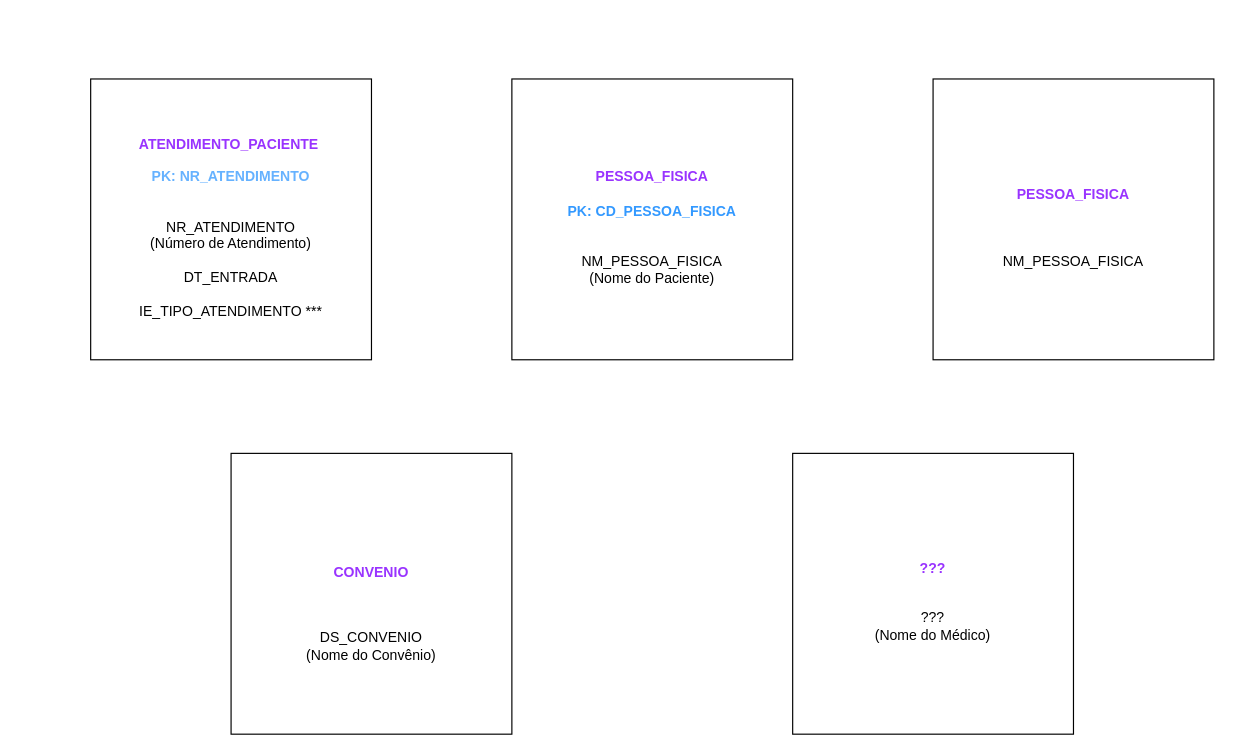
Above: Exercício_09.drawio in PatriciaGavloski/diagramas.sql (draw.io), before the change. Source tidied: cells renumbered, new cells numbered last; positions are measured from the earlier drawing's top-left corner, leaving out a move shared by most shapes. Both pictures are drawn from the tidied source at 117%, with x=0, y=0 at pixel (90, 78).
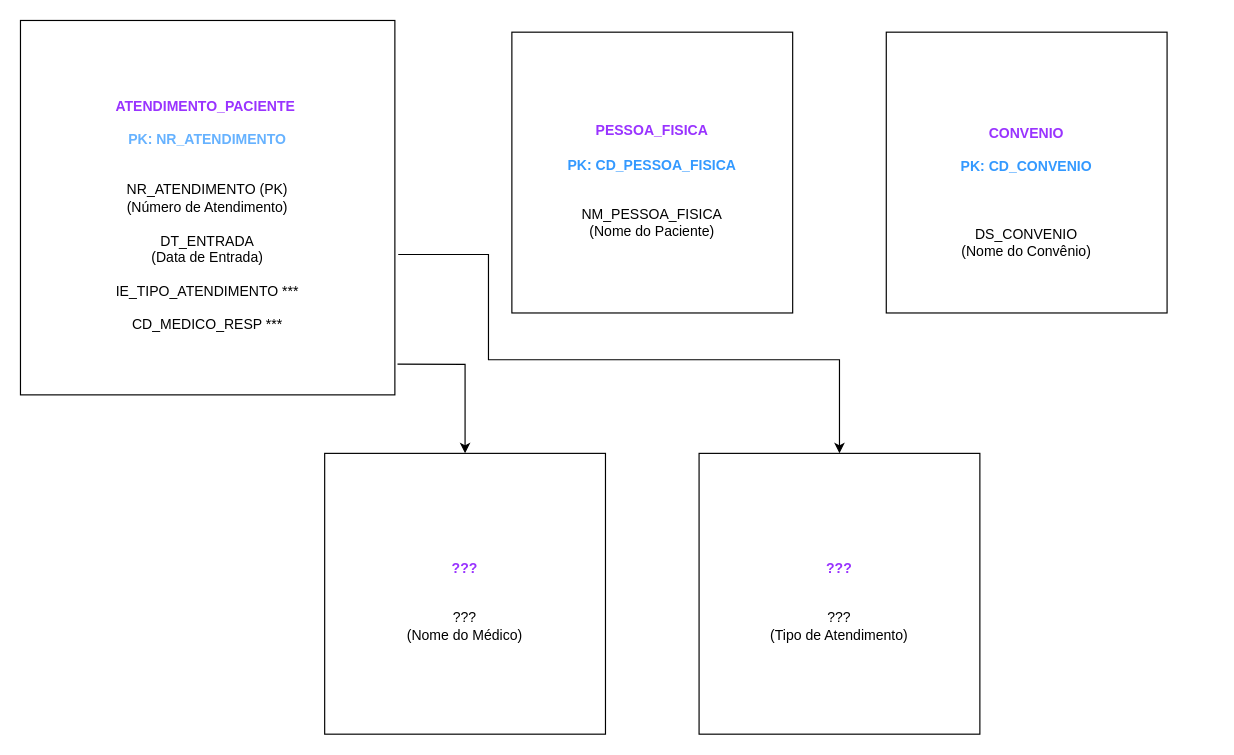
The same diagram, later.

Diff of the diagram source:
```diff
@@
 <mxGraphModel>
   <root>
     <mxCell id="0" />
     <mxCell id="1" parent="0" />
-    <mxCell id="2" value="&lt;p style=&quot;line-height: 150%;&quot; class=&quot;MsoNoSpacing&quot;&gt;&lt;b&gt;&lt;font color=&quot;#9933ff&quot;&gt;ATENDIMENTO_PACIENTE&lt;/font&gt;&lt;/b&gt;&lt;span style=&quot;background-color: initial;&quot;&gt;&amp;nbsp;&lt;/span&gt;&lt;/p&gt;&lt;span style=&quot;background-color: rgb(255, 255, 255);&quot;&gt;&lt;font color=&quot;#66b2ff&quot;&gt;&lt;b&gt;PK: NR_ATENDIMENTO&lt;/b&gt;&lt;/font&gt;&lt;/span&gt;&lt;div style=&quot;&quot;&gt;&lt;span style=&quot;background-color: initial;&quot;&gt;&lt;br&gt;&lt;/span&gt;&lt;/div&gt;&lt;div style=&quot;background-color: initial;&quot;&gt;&lt;span style=&quot;background-color: initial;&quot;&gt;&lt;br&gt;&lt;/span&gt;&lt;/div&gt;&lt;div style=&quot;background-color: initial;&quot;&gt;&lt;span style=&quot;background-color: initial;&quot;&gt;NR_ATENDIMENTO&lt;/span&gt;&lt;/div&gt;&lt;div style=&quot;background-color: initial;&quot;&gt;&lt;span style=&quot;background-color: initial;&quot;&gt;(Número de Atendimento)&lt;/span&gt;&lt;/div&gt;&lt;div style=&quot;background-color: initial;&quot;&gt;&lt;span style=&quot;background-color: initial;&quot;&gt;&lt;br&gt;&lt;/span&gt;&lt;/div&gt;&lt;div style=&quot;background-color: initial;&quot;&gt;DT_ENTRADA&lt;span style=&quot;background-color: initial;&quot;&gt;&lt;br&gt;&lt;/span&gt;&lt;/div&gt;&lt;div style=&quot;background-color: initial;&quot;&gt;&lt;br&gt;&lt;/div&gt;&lt;div style=&quot;background-color: initial;&quot;&gt;IE_TIPO_ATENDIMENTO ***&lt;br&gt;&lt;/div&gt;" style="whiteSpace=wrap;html=1;align=center;verticalAlign=middle;" parent="1" vertex="1">
-      <mxGeometry width="240" height="240" as="geometry" />
+    <mxCell id="2" value="&lt;p style=&quot;line-height: 150%;&quot; class=&quot;MsoNoSpacing&quot;&gt;&lt;b&gt;&lt;font color=&quot;#9933ff&quot;&gt;ATENDIMENTO_PACIENTE&lt;/font&gt;&lt;/b&gt;&lt;span style=&quot;background-color: initial;&quot;&gt;&amp;nbsp;&lt;/span&gt;&lt;/p&gt;&lt;span style=&quot;background-color: rgb(255, 255, 255);&quot;&gt;&lt;font color=&quot;#66b2ff&quot;&gt;&lt;b&gt;PK: NR_ATENDIMENTO&lt;/b&gt;&lt;/font&gt;&lt;/span&gt;&lt;div style=&quot;&quot;&gt;&lt;span style=&quot;background-color: initial;&quot;&gt;&lt;br&gt;&lt;/span&gt;&lt;/div&gt;&lt;div style=&quot;background-color: initial;&quot;&gt;&lt;span style=&quot;background-color: initial;&quot;&gt;&lt;br&gt;&lt;/span&gt;&lt;/div&gt;&lt;div style=&quot;background-color: initial;&quot;&gt;&lt;span style=&quot;background-color: initial;&quot;&gt;NR_ATENDIMENTO (PK)&lt;/span&gt;&lt;/div&gt;&lt;div style=&quot;background-color: initial;&quot;&gt;&lt;span style=&quot;background-color: initial;&quot;&gt;(Número de Atendimento)&lt;/span&gt;&lt;/div&gt;&lt;div style=&quot;background-color: initial;&quot;&gt;&lt;span style=&quot;background-color: initial;&quot;&gt;&lt;br&gt;&lt;/span&gt;&lt;/div&gt;&lt;div style=&quot;background-color: initial;&quot;&gt;DT_ENTRADA&lt;span style=&quot;background-color: initial;&quot;&gt;&lt;br&gt;&lt;/span&gt;&lt;/div&gt;&lt;div style=&quot;background-color: initial;&quot;&gt;(Data de Entrada)&lt;/div&gt;&lt;div style=&quot;background-color: initial;&quot;&gt;&lt;br&gt;&lt;/div&gt;&lt;div style=&quot;background-color: initial;&quot;&gt;IE_TIPO_ATENDIMENTO ***&lt;br&gt;&lt;br&gt;CD_MEDICO_RESP ***&lt;br&gt;&lt;/div&gt;" style="whiteSpace=wrap;html=1;align=center;verticalAlign=middle;" parent="1" vertex="1">
+      <mxGeometry x="-60" y="-50" width="320" height="320" as="geometry" />
     </mxCell>
     <mxCell id="3" value="&lt;p style=&quot;line-height: 150%;&quot; class=&quot;MsoNoSpacing&quot;&gt;&lt;b&gt;&lt;font color=&quot;#9933ff&quot;&gt;PESSOA_FISICA&lt;/font&gt;&lt;/b&gt;&lt;/p&gt;&lt;p style=&quot;line-height: 150%;&quot; class=&quot;MsoNoSpacing&quot;&gt;&lt;b style=&quot;&quot;&gt;&lt;font color=&quot;#3399ff&quot;&gt;PK: CD_PESSOA_FISICA&lt;/font&gt;&lt;/b&gt;&lt;/p&gt;&lt;span style=&quot;background-color: initial;&quot;&gt;&lt;div style=&quot;&quot;&gt;&lt;span style=&quot;background-color: initial;&quot;&gt;&lt;br&gt;&lt;/span&gt;&lt;/div&gt;&lt;div style=&quot;&quot;&gt;&lt;span style=&quot;background-color: initial;&quot;&gt;NM_PESSOA_FISICA&lt;/span&gt;&lt;/div&gt;&lt;div style=&quot;&quot;&gt;&lt;span style=&quot;background-color: initial;&quot;&gt;(Nome do Paciente)&lt;/span&gt;&lt;/div&gt;&lt;/span&gt;" style="whiteSpace=wrap;html=1;verticalAlign=middle;align=center;" parent="1" vertex="1">
-      <mxGeometry x="360" width="240" height="240" as="geometry" />
+      <mxGeometry x="360" y="-40" width="240" height="240" as="geometry" />
     </mxCell>
-    <mxCell id="4" value="&lt;p style=&quot;line-height: 150%;&quot; class=&quot;MsoNoSpacing&quot;&gt;&lt;b&gt;&lt;font color=&quot;#9933ff&quot;&gt;PESSOA_FISICA&lt;/font&gt;&lt;/b&gt;&lt;/p&gt;&lt;span style=&quot;background-color: initial;&quot;&gt;&lt;br&gt;&lt;br&gt;NM_PESSOA_FISICA&lt;/span&gt;" style="whiteSpace=wrap;html=1;align=center;" parent="1" vertex="1">
-      <mxGeometry x="720" width="240" height="240" as="geometry" />
-    </mxCell>
-    <mxCell id="5" value="&lt;p style=&quot;line-height: 150%;&quot; class=&quot;MsoNoSpacing&quot;&gt;&lt;br&gt;&lt;br&gt;&lt;/p&gt;&lt;div style=&quot;&quot;&gt;&lt;b style=&quot;background-color: initial;&quot;&gt;&lt;font color=&quot;#9933ff&quot;&gt;CONVENIO&lt;/font&gt;&lt;/b&gt;&lt;/div&gt;&lt;p&gt;&lt;/p&gt;&lt;span style=&quot;background-color: initial;&quot;&gt;&lt;div style=&quot;&quot;&gt;&lt;p style=&quot;line-height: 150%;&quot; class=&quot;MsoNoSpacing&quot;&gt;&lt;span style=&quot;background-color: initial;&quot;&gt;&lt;br&gt;&lt;/span&gt;&lt;/p&gt;&lt;p style=&quot;line-height: 150%;&quot; class=&quot;MsoNoSpacing&quot;&gt;&lt;/p&gt;&lt;div style=&quot;&quot;&gt;&lt;span style=&quot;background-color: initial;&quot;&gt;DS_CONVENIO&lt;/span&gt;&lt;/div&gt;&lt;div style=&quot;&quot;&gt;&lt;span style=&quot;background-color: initial;&quot;&gt;(Nome do Convênio)&lt;/span&gt;&lt;/div&gt;&lt;p&gt;&lt;/p&gt;&lt;p style=&quot;line-height: 150%;&quot; class=&quot;MsoNoSpacing&quot;&gt;&lt;/p&gt;&lt;/div&gt;&lt;div style=&quot;&quot;&gt;&lt;br&gt;&lt;/div&gt;&lt;/span&gt;" style="whiteSpace=wrap;html=1;align=center;verticalAlign=middle;" parent="1" vertex="1">
-      <mxGeometry x="120" y="320" width="240" height="240" as="geometry" />
+    <mxCell id="5" value="&lt;p style=&quot;line-height: 150%;&quot; class=&quot;MsoNoSpacing&quot;&gt;&lt;br&gt;&lt;br&gt;&lt;/p&gt;&lt;div style=&quot;&quot;&gt;&lt;b style=&quot;background-color: initial;&quot;&gt;&lt;font color=&quot;#9933ff&quot;&gt;CONVENIO&lt;/font&gt;&lt;/b&gt;&lt;/div&gt;&lt;p&gt;&lt;/p&gt;&lt;span style=&quot;background-color: initial;&quot;&gt;&lt;div style=&quot;&quot;&gt;&lt;p style=&quot;line-height: 150%;&quot; class=&quot;MsoNoSpacing&quot;&gt;&lt;b style=&quot;border-color: var(--border-color);&quot;&gt;&lt;font style=&quot;border-color: var(--border-color);&quot; color=&quot;#3399ff&quot;&gt;PK: CD_CONVENIO&lt;/font&gt;&lt;/b&gt;&lt;span style=&quot;background-color: initial;&quot;&gt;&lt;br&gt;&lt;/span&gt;&lt;/p&gt;&lt;p style=&quot;line-height: 150%;&quot; class=&quot;MsoNoSpacing&quot;&gt;&lt;b style=&quot;border-color: var(--border-color);&quot;&gt;&lt;font style=&quot;border-color: var(--border-color);&quot; color=&quot;#3399ff&quot;&gt;&lt;br&gt;&lt;/font&gt;&lt;/b&gt;&lt;/p&gt;&lt;p style=&quot;line-height: 150%;&quot; class=&quot;MsoNoSpacing&quot;&gt;&lt;/p&gt;&lt;div style=&quot;&quot;&gt;&lt;span style=&quot;background-color: initial;&quot;&gt;DS_CONVENIO&lt;/span&gt;&lt;/div&gt;&lt;div style=&quot;&quot;&gt;&lt;span style=&quot;background-color: initial;&quot;&gt;(Nome do Convênio)&lt;/span&gt;&lt;/div&gt;&lt;p&gt;&lt;/p&gt;&lt;p style=&quot;line-height: 150%;&quot; class=&quot;MsoNoSpacing&quot;&gt;&lt;/p&gt;&lt;/div&gt;&lt;div style=&quot;&quot;&gt;&lt;br&gt;&lt;/div&gt;&lt;/span&gt;" style="whiteSpace=wrap;html=1;align=center;verticalAlign=middle;" parent="1" vertex="1">
+      <mxGeometry x="680" y="-40" width="240" height="240" as="geometry" />
     </mxCell>
     <mxCell id="6" value="&lt;p style=&quot;line-height: 150%;&quot; class=&quot;MsoNoSpacing&quot;&gt;&lt;b&gt;&lt;font color=&quot;#9933ff&quot;&gt;???&lt;/font&gt;&lt;/b&gt;&lt;/p&gt;&lt;span style=&quot;background-color: initial;&quot;&gt;&lt;div style=&quot;&quot;&gt;&lt;br&gt;&lt;/div&gt;&lt;div style=&quot;&quot;&gt;&lt;span style=&quot;background-color: initial;&quot;&gt;???&lt;/span&gt;&lt;/div&gt;&lt;div style=&quot;&quot;&gt;(Nome do Médico)&lt;/div&gt;&lt;/span&gt;" style="whiteSpace=wrap;html=1;align=center;verticalAlign=middle;" parent="1" vertex="1">
-      <mxGeometry x="600" y="320" width="240" height="240" as="geometry" />
+      <mxGeometry x="200" y="320" width="240" height="240" as="geometry" />
     </mxCell>
+    <mxCell id="7" value="&lt;p style=&quot;line-height: 150%;&quot; class=&quot;MsoNoSpacing&quot;&gt;&lt;b&gt;&lt;font color=&quot;#9933ff&quot;&gt;???&lt;/font&gt;&lt;/b&gt;&lt;/p&gt;&lt;span style=&quot;background-color: initial;&quot;&gt;&lt;div style=&quot;&quot;&gt;&lt;br&gt;&lt;/div&gt;&lt;div style=&quot;&quot;&gt;&lt;span style=&quot;background-color: initial;&quot;&gt;???&lt;/span&gt;&lt;/div&gt;&lt;div style=&quot;&quot;&gt;(Tipo de Atendimento)&lt;/div&gt;&lt;/span&gt;" style="whiteSpace=wrap;html=1;align=center;verticalAlign=middle;" parent="1" vertex="1">
+      <mxGeometry x="520" y="320" width="240" height="240" as="geometry" />
+    </mxCell>
+    <mxCell id="8" style="endArrow=classic;html=1;rounded=0;entryX=0.5;entryY=0;entryDx=0;entryDy=0;entryPerimeter=0;exitX=1.007;exitY=0.918;exitDx=0;exitDy=0;exitPerimeter=0;" parent="1" edge="1" source="2" target="6">
+      <mxGeometry relative="1" as="geometry">
+        <Array as="points">
+          <mxPoint x="320" y="244" />
+        </Array>
+      </mxGeometry>
+    </mxCell>
+    <mxCell id="9" style="endArrow=classic;html=1;rounded=0;entryX=0.5;entryY=0;entryDx=0;entryDy=0;exitX=1.009;exitY=0.625;exitDx=0;exitDy=0;exitPerimeter=0;" parent="1" edge="1" source="2" target="7">
+      <mxGeometry relative="1" as="geometry">
+        <Array as="points">
+          <mxPoint x="340" y="150" />
+          <mxPoint x="340" y="240" />
+          <mxPoint x="640" y="240" />
+        </Array>
+      </mxGeometry>
+    </mxCell>
   </root>
 </mxGraphModel>
```
